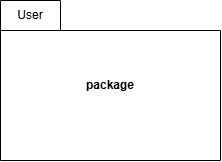
Earlier version of the draw.io export pruebas/prueba8/Uber/Uber package diagram.drawio.png (anderesor-star/pruebas). Source tidied: cells renumbered, new cells last; positions are measured from the earlier drawing's top-left corner, leaving out a move shared by most shapes. Its diagram source:
```xml
<mxGraphModel>
  <root>
    <mxCell id="0" />
    <mxCell id="1" parent="0" />
    <mxCell id="2" value="package" style="shape=folder;fontStyle=1;spacingTop=10;tabWidth=60;tabHeight=30;tabPosition=left;html=1;whiteSpace=wrap;" parent="1" vertex="1">
      <mxGeometry width="220" height="160" as="geometry" />
    </mxCell>
    <mxCell id="3" value="User" style="text;html=1;whiteSpace=wrap;strokeColor=none;fillColor=none;align=center;verticalAlign=middle;rounded=0;" parent="1" vertex="1">
      <mxGeometry width="60" height="30" as="geometry" />
    </mxCell>
  </root>
</mxGraphModel>
```
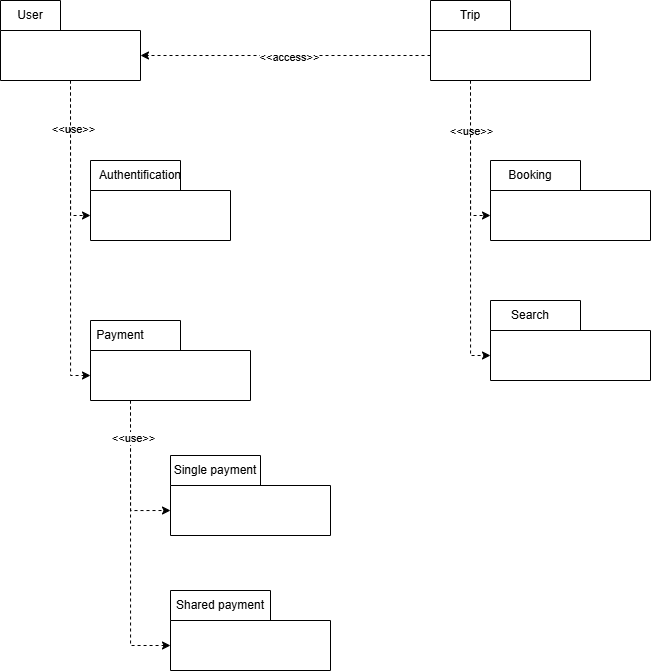
After the commit.

Change to the diagram source:
```diff
@@ -2,11 +2,88 @@
   <root>
     <mxCell id="0" />
     <mxCell id="1" parent="0" />
-    <mxCell id="2" value="package" style="shape=folder;fontStyle=1;spacingTop=10;tabWidth=60;tabHeight=30;tabPosition=left;html=1;whiteSpace=wrap;" parent="1" vertex="1">
-      <mxGeometry width="220" height="160" as="geometry" />
+    <mxCell id="2" style="shape=folder;fontStyle=1;spacingTop=10;tabWidth=60;tabHeight=30;tabPosition=left;html=1;whiteSpace=wrap;" parent="1" vertex="1">
+      <mxGeometry width="140" height="80" as="geometry" />
     </mxCell>
     <mxCell id="3" value="User" style="text;html=1;whiteSpace=wrap;strokeColor=none;fillColor=none;align=center;verticalAlign=middle;rounded=0;" parent="1" vertex="1">
       <mxGeometry width="60" height="30" as="geometry" />
     </mxCell>
+    <mxCell id="4" style="shape=folder;fontStyle=1;spacingTop=10;tabWidth=80;tabHeight=30;tabPosition=left;html=1;whiteSpace=wrap;" parent="1" vertex="1">
+      <mxGeometry x="430" width="160" height="80" as="geometry" />
+    </mxCell>
+    <mxCell id="5" value="Trip" style="text;html=1;whiteSpace=wrap;strokeColor=none;fillColor=none;align=center;verticalAlign=middle;rounded=0;" parent="1" vertex="1">
+      <mxGeometry x="440" width="60" height="30" as="geometry" />
+    </mxCell>
+    <mxCell id="6" style="shape=folder;fontStyle=1;spacingTop=10;tabWidth=90;tabHeight=30;tabPosition=left;html=1;whiteSpace=wrap;" parent="1" vertex="1">
+      <mxGeometry x="90" y="160" width="140" height="80" as="geometry" />
+    </mxCell>
+    <mxCell id="7" value="Authentification" style="text;html=1;whiteSpace=wrap;strokeColor=none;fillColor=none;align=center;verticalAlign=middle;rounded=0;" parent="1" vertex="1">
+      <mxGeometry x="110" y="160" width="60" height="30" as="geometry" />
+    </mxCell>
+    <mxCell id="8" style="shape=folder;fontStyle=1;spacingTop=10;tabWidth=90;tabHeight=30;tabPosition=left;html=1;whiteSpace=wrap;" parent="1" vertex="1">
+      <mxGeometry x="490" y="160" width="160" height="80" as="geometry" />
+    </mxCell>
+    <mxCell id="9" value="Booking" style="text;html=1;whiteSpace=wrap;strokeColor=none;fillColor=none;align=center;verticalAlign=middle;rounded=0;" parent="1" vertex="1">
+      <mxGeometry x="500" y="160" width="60" height="30" as="geometry" />
+    </mxCell>
+    <mxCell id="10" style="shape=folder;fontStyle=1;spacingTop=10;tabWidth=90;tabHeight=30;tabPosition=left;html=1;whiteSpace=wrap;" parent="1" vertex="1">
+      <mxGeometry x="90" y="320" width="160" height="80" as="geometry" />
+    </mxCell>
+    <mxCell id="11" value="Payment" style="text;html=1;whiteSpace=wrap;strokeColor=none;fillColor=none;align=center;verticalAlign=middle;rounded=0;" parent="1" vertex="1">
+      <mxGeometry x="90" y="320" width="60" height="30" as="geometry" />
+    </mxCell>
+    <mxCell id="12" style="shape=folder;fontStyle=1;spacingTop=10;tabWidth=90;tabHeight=30;tabPosition=left;html=1;whiteSpace=wrap;" parent="1" vertex="1">
+      <mxGeometry x="170" y="455" width="160" height="80" as="geometry" />
+    </mxCell>
+    <mxCell id="13" value="Single payment" style="text;html=1;whiteSpace=wrap;strokeColor=none;fillColor=none;align=center;verticalAlign=middle;rounded=0;" parent="1" vertex="1">
+      <mxGeometry x="170" y="455" width="90" height="30" as="geometry" />
+    </mxCell>
+    <mxCell id="14" style="shape=folder;fontStyle=1;spacingTop=10;tabWidth=100;tabHeight=30;tabPosition=left;html=1;whiteSpace=wrap;" parent="1" vertex="1">
+      <mxGeometry x="170" y="590" width="160" height="80" as="geometry" />
+    </mxCell>
+    <mxCell id="15" value="Shared payment" style="text;html=1;whiteSpace=wrap;strokeColor=none;fillColor=none;align=center;verticalAlign=middle;rounded=0;" parent="1" vertex="1">
+      <mxGeometry x="170" y="590" width="100" height="30" as="geometry" />
+    </mxCell>
+    <mxCell id="16" style="edgeStyle=orthogonalEdgeStyle;rounded=0;jettySize=auto;html=1;exitX=0.5;exitY=1;exitDx=0;exitDy=0;exitPerimeter=0;entryX=0;entryY=0;entryDx=0;entryDy=55;entryPerimeter=0;dashed=1;" parent="1" edge="1" source="2" target="6">
+      <mxGeometry relative="1" as="geometry" />
+    </mxCell>
+    <mxCell id="17" value="&amp;lt;&amp;lt;use&amp;gt;&amp;gt;" style="edgeLabel;html=1;align=center;verticalAlign=middle;" parent="16" vertex="1">
+      <mxGeometry x="-0.38" y="2" relative="1" as="geometry" />
+    </mxCell>
+    <mxCell id="18" style="edgeStyle=orthogonalEdgeStyle;rounded=0;jettySize=auto;html=1;exitX=0;exitY=0;exitDx=0;exitDy=55;exitPerimeter=0;entryX=0;entryY=0;entryDx=140;entryDy=55;entryPerimeter=0;dashed=1;" parent="1" edge="1" source="4" target="2">
+      <mxGeometry relative="1" as="geometry" />
+    </mxCell>
+    <mxCell id="19" value="&amp;lt;&amp;lt;access&amp;gt;&amp;gt;" style="edgeLabel;html=1;align=center;verticalAlign=middle;" parent="18" vertex="1">
+      <mxGeometry x="-0.03" y="1" relative="1" as="geometry" />
+    </mxCell>
+    <mxCell id="20" style="edgeStyle=orthogonalEdgeStyle;rounded=0;jettySize=auto;html=1;exitX=0.5;exitY=1;exitDx=0;exitDy=0;exitPerimeter=0;entryX=0;entryY=0;entryDx=0;entryDy=55;entryPerimeter=0;dashed=1;" parent="1" edge="1" source="2" target="10">
+      <mxGeometry relative="1" as="geometry" />
+    </mxCell>
+    <mxCell id="21" style="edgeStyle=orthogonalEdgeStyle;rounded=0;jettySize=auto;html=1;exitX=0.25;exitY=1;exitDx=0;exitDy=0;exitPerimeter=0;entryX=0;entryY=0;entryDx=0;entryDy=55;entryPerimeter=0;dashed=1;" parent="1" edge="1" source="10" target="12">
+      <mxGeometry relative="1" as="geometry" />
+    </mxCell>
+    <mxCell id="22" style="edgeStyle=orthogonalEdgeStyle;rounded=0;jettySize=auto;html=1;exitX=0.25;exitY=1;exitDx=0;exitDy=0;exitPerimeter=0;entryX=0;entryY=0;entryDx=0;entryDy=55;entryPerimeter=0;dashed=1;" parent="1" edge="1" source="10" target="14">
+      <mxGeometry relative="1" as="geometry" />
+    </mxCell>
+    <mxCell id="23" value="&amp;lt;&amp;lt;use&amp;gt;&amp;gt;" style="edgeLabel;html=1;align=center;verticalAlign=middle;" parent="22" vertex="1">
+      <mxGeometry x="-0.74" y="2" relative="1" as="geometry">
+        <mxPoint y="1" as="offset" />
+      </mxGeometry>
+    </mxCell>
+    <mxCell id="24" style="edgeStyle=orthogonalEdgeStyle;rounded=0;jettySize=auto;html=1;exitX=0.25;exitY=1;exitDx=0;exitDy=0;exitPerimeter=0;entryX=0;entryY=0;entryDx=0;entryDy=55;entryPerimeter=0;dashed=1;" parent="1" edge="1" source="4" target="8">
+      <mxGeometry relative="1" as="geometry" />
+    </mxCell>
+    <mxCell id="25" value="&amp;lt;&amp;lt;use&amp;gt;&amp;gt;" style="edgeLabel;html=1;align=center;verticalAlign=middle;" parent="24" vertex="1">
+      <mxGeometry x="-0.35" relative="1" as="geometry" />
+    </mxCell>
+    <mxCell id="26" style="shape=folder;fontStyle=1;spacingTop=10;tabWidth=90;tabHeight=30;tabPosition=left;html=1;whiteSpace=wrap;" parent="1" vertex="1">
+      <mxGeometry x="490" y="300" width="160" height="80" as="geometry" />
+    </mxCell>
+    <mxCell id="27" value="Search" style="text;html=1;whiteSpace=wrap;strokeColor=none;fillColor=none;align=center;verticalAlign=middle;rounded=0;" parent="1" vertex="1">
+      <mxGeometry x="500" y="300" width="60" height="30" as="geometry" />
+    </mxCell>
+    <mxCell id="28" style="edgeStyle=orthogonalEdgeStyle;rounded=0;jettySize=auto;html=1;exitX=0.25;exitY=1;exitDx=0;exitDy=0;exitPerimeter=0;entryX=0;entryY=0;entryDx=0;entryDy=55;entryPerimeter=0;dashed=1;" parent="1" edge="1" source="4" target="26">
+      <mxGeometry relative="1" as="geometry" />
+    </mxCell>
   </root>
 </mxGraphModel>
```
